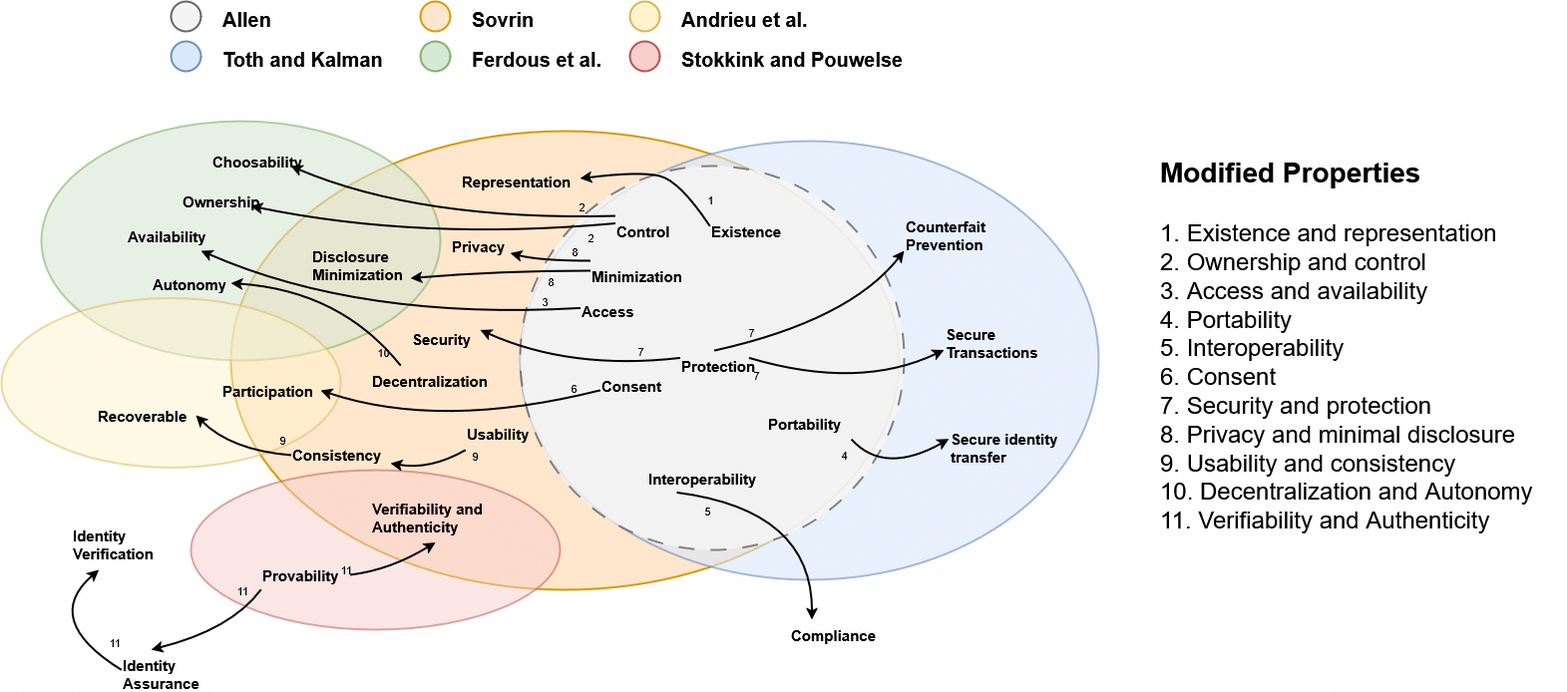
The draw.io diagram definition/images/casual_loop_diagram/Casual_loop_diagram.png in cristianlepore/Self-Sovereign-Identity, before a commit. Source tidied: cells renumbered, new cells last; positions are measured from the earlier drawing's top-left corner, leaving out a move shared by most shapes.
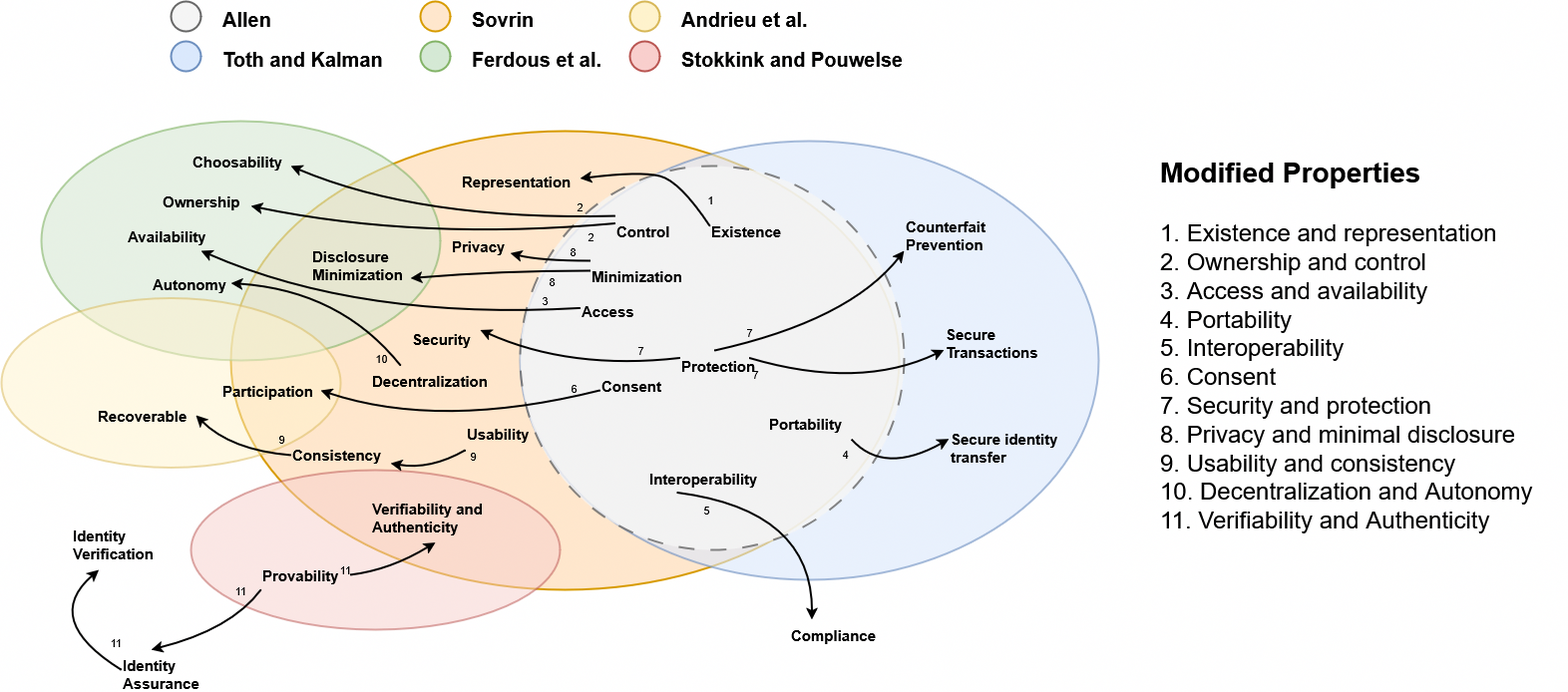
The same file after the commit.

The edit, as a diff of the source:
```diff
@@ -76,10 +76,10 @@
       </mxGeometry>
     </mxCell>
     <mxCell id="22" value="Choosability &amp;nbsp;" style="text;whiteSpace=wrap;html=1;fontStyle=1;fontSize=15;" parent="1" vertex="1">
-      <mxGeometry x="210" y="145" width="80" height="40" as="geometry" />
+      <mxGeometry x="190" y="145" width="100" height="40" as="geometry" />
     </mxCell>
     <mxCell id="23" value="Ownership &amp;nbsp;" style="text;whiteSpace=wrap;html=1;fontStyle=1;fontSize=15;" parent="1" vertex="1">
-      <mxGeometry x="180" y="185" width="70" height="40" as="geometry" />
+      <mxGeometry x="160" y="185" width="90" height="40" as="geometry" />
     </mxCell>
     <mxCell id="24" style="endArrow=classic;html=1;rounded=0;exitX=0;exitY=0;exitDx=0;exitDy=0;entryX=1;entryY=0.5;entryDx=0;entryDy=0;curved=1;strokeWidth=2;" parent="1" edge="1" source="12" target="22">
       <mxGeometry relative="1" as="geometry">
@@ -88,11 +88,11 @@
         </Array>
       </mxGeometry>
     </mxCell>
-    <mxCell id="25" value="2" style="edgeLabel;html=1;align=center;verticalAlign=middle;labelBackgroundColor=none;" parent="24" vertex="1">
-      <mxGeometry x="-0.04" y="-4" relative="1" as="geometry">
-        <mxPoint x="126" y="-10" as="offset" />
-      </mxGeometry>
-    </mxCell>
+    <mxCell id="86" value="2" style="edgeLabel;html=1;align=center;verticalAlign=middle;labelBackgroundColor=none;" parent="24" vertex="1">
+      <mxGeometry x="-0.04" y="-4" relative="1" as="geometry">
+        <mxPoint x="126" y="-10" as="offset" />
+      </mxGeometry>
+    </mxCell>
     <mxCell id="26" style="endArrow=classic;html=1;rounded=0;entryX=1;entryY=0.5;entryDx=0;entryDy=0;exitX=0;exitY=0.25;exitDx=0;exitDy=0;curved=1;strokeWidth=2;" parent="1" edge="1" source="12" target="23">
       <mxGeometry relative="1" as="geometry">
         <Array as="points">
@@ -100,23 +100,23 @@
         </Array>
       </mxGeometry>
     </mxCell>
-    <mxCell id="27" value="2" style="edgeLabel;html=1;align=center;verticalAlign=middle;labelBackgroundColor=none;" parent="26" vertex="1">
-      <mxGeometry x="-0.04" y="-4" relative="1" as="geometry">
-        <mxPoint x="152" y="1" as="offset" />
-      </mxGeometry>
-    </mxCell>
+    <mxCell id="87" value="2" style="edgeLabel;html=1;align=center;verticalAlign=middle;labelBackgroundColor=none;" parent="26" vertex="1">
+      <mxGeometry x="-0.04" y="-4" relative="1" as="geometry">
+        <mxPoint x="152" y="1" as="offset" />
+      </mxGeometry>
+    </mxCell>
     <mxCell id="28" value="Availability &amp;nbsp;" style="text;whiteSpace=wrap;html=1;fontStyle=1;fontSize=15;" parent="1" vertex="1">
       <mxGeometry x="125" y="220" width="70" height="30" as="geometry" />
     </mxCell>
-    <mxCell id="29" style="endArrow=classic;html=1;rounded=0;exitX=0;exitY=0.5;exitDx=0;exitDy=0;curved=1;strokeWidth=2;" parent="1" edge="1" source="13">
-      <mxGeometry relative="1" as="geometry">
-        <mxPoint x="200" y="250" as="targetPoint" />
-        <Array as="points">
-          <mxPoint x="360" y="320" />
-        </Array>
-      </mxGeometry>
-    </mxCell>
+    <mxCell id="88" style="endArrow=classic;html=1;rounded=0;exitX=0;exitY=0.5;exitDx=0;exitDy=0;curved=1;strokeWidth=2;" parent="1" edge="1" source="13">
+      <mxGeometry relative="1" as="geometry">
+        <mxPoint x="200" y="250" as="targetPoint" />
+        <Array as="points">
+          <mxPoint x="360" y="320" />
+        </Array>
+      </mxGeometry>
+    </mxCell>
-    <mxCell id="30" value="3" style="edgeLabel;html=1;align=center;verticalAlign=middle;labelBackgroundColor=none;" parent="29" vertex="1">
+    <mxCell id="30" value="3" style="edgeLabel;html=1;align=center;verticalAlign=middle;labelBackgroundColor=none;" parent="88" vertex="1">
       <mxGeometry x="-0.04" y="-4" relative="1" as="geometry">
         <mxPoint x="154" y="-15" as="offset" />
       </mxGeometry>
@@ -167,11 +167,11 @@
         </Array>
       </mxGeometry>
     </mxCell>
-    <mxCell id="41" value="7" style="edgeLabel;html=1;align=center;verticalAlign=middle;labelBackgroundColor=none;" parent="40" vertex="1">
-      <mxGeometry x="-0.04" y="-4" relative="1" as="geometry">
-        <mxPoint x="60" y="-15" as="offset" />
-      </mxGeometry>
-    </mxCell>
+    <mxCell id="89" value="7" style="edgeLabel;html=1;align=center;verticalAlign=middle;labelBackgroundColor=none;" parent="40" vertex="1">
+      <mxGeometry x="-0.04" y="-4" relative="1" as="geometry">
+        <mxPoint x="60" y="-15" as="offset" />
+      </mxGeometry>
+    </mxCell>
     <mxCell id="42" value="Secure Transactions" style="text;whiteSpace=wrap;html=1;fontStyle=1;fontSize=15;" parent="1" vertex="1">
       <mxGeometry x="945" y="317.5" width="120" height="42.5" as="geometry" />
     </mxCell>
@@ -182,11 +182,11 @@
         </Array>
       </mxGeometry>
     </mxCell>
-    <mxCell id="44" value="7" style="edgeLabel;html=1;align=center;verticalAlign=middle;labelBackgroundColor=none;" parent="43" vertex="1">
-      <mxGeometry x="-0.04" y="-4" relative="1" as="geometry">
-        <mxPoint x="-72" y="1" as="offset" />
-      </mxGeometry>
-    </mxCell>
+    <mxCell id="90" value="7" style="edgeLabel;html=1;align=center;verticalAlign=middle;labelBackgroundColor=none;" parent="43" vertex="1">
+      <mxGeometry x="-0.04" y="-4" relative="1" as="geometry">
+        <mxPoint x="-72" y="1" as="offset" />
+      </mxGeometry>
+    </mxCell>
     <mxCell id="45" style="endArrow=classic;html=1;rounded=0;entryX=0;entryY=0.75;entryDx=0;entryDy=0;exitX=1;exitY=0.25;exitDx=0;exitDy=0;curved=1;strokeWidth=2;" parent="1" edge="1" source="17" target="42">
       <mxGeometry relative="1" as="geometry">
         <Array as="points">
@@ -194,11 +194,11 @@
         </Array>
       </mxGeometry>
     </mxCell>
-    <mxCell id="46" value="7" style="edgeLabel;html=1;align=center;verticalAlign=middle;labelBackgroundColor=none;" parent="45" vertex="1">
-      <mxGeometry x="-0.04" y="-4" relative="1" as="geometry">
-        <mxPoint x="-89" y="-16" as="offset" />
-      </mxGeometry>
-    </mxCell>
+    <mxCell id="91" value="7" style="edgeLabel;html=1;align=center;verticalAlign=middle;labelBackgroundColor=none;" parent="45" vertex="1">
+      <mxGeometry x="-0.04" y="-4" relative="1" as="geometry">
+        <mxPoint x="-89" y="-16" as="offset" />
+      </mxGeometry>
+    </mxCell>
     <mxCell id="47" value="Disclosure Minimization" style="text;whiteSpace=wrap;html=1;fontStyle=1;fontSize=15;" parent="1" vertex="1">
       <mxGeometry x="310" y="240" width="100" height="50" as="geometry" />
     </mxCell>
@@ -209,11 +209,11 @@
         </Array>
       </mxGeometry>
     </mxCell>
-    <mxCell id="49" value="8" style="edgeLabel;html=1;align=center;verticalAlign=middle;labelBackgroundColor=none;" parent="48" vertex="1">
-      <mxGeometry x="-0.04" y="-4" relative="1" as="geometry">
-        <mxPoint x="47" y="14" as="offset" />
-      </mxGeometry>
-    </mxCell>
+    <mxCell id="92" value="8" style="edgeLabel;html=1;align=center;verticalAlign=middle;labelBackgroundColor=none;" parent="48" vertex="1">
+      <mxGeometry x="-0.04" y="-4" relative="1" as="geometry">
+        <mxPoint x="47" y="14" as="offset" />
+      </mxGeometry>
+    </mxCell>
     <mxCell id="50" value="Privacy" style="text;whiteSpace=wrap;html=1;fontStyle=1;fontSize=15;" parent="1" vertex="1">
       <mxGeometry x="450" y="230" width="60" height="30" as="geometry" />
     </mxCell>
@@ -224,11 +224,11 @@
         </Array>
       </mxGeometry>
     </mxCell>
-    <mxCell id="52" value="8" style="edgeLabel;html=1;align=center;verticalAlign=middle;labelBackgroundColor=none;" parent="51" vertex="1">
-      <mxGeometry x="-0.04" y="-4" relative="1" as="geometry">
-        <mxPoint x="21" y="-6" as="offset" />
-      </mxGeometry>
-    </mxCell>
+    <mxCell id="93" value="8" style="edgeLabel;html=1;align=center;verticalAlign=middle;labelBackgroundColor=none;" parent="51" vertex="1">
+      <mxGeometry x="-0.04" y="-4" relative="1" as="geometry">
+        <mxPoint x="21" y="-6" as="offset" />
+      </mxGeometry>
+    </mxCell>
     <mxCell id="53" value="Usability" style="text;whiteSpace=wrap;html=1;fontStyle=1;fontSize=15;" parent="1" vertex="1">
       <mxGeometry x="465" y="417.5" width="60" height="32.5" as="geometry" />
     </mxCell>
@@ -245,11 +245,11 @@
         </Array>
       </mxGeometry>
     </mxCell>
-    <mxCell id="57" value="9" style="edgeLabel;html=1;align=center;verticalAlign=middle;labelBackgroundColor=none;" parent="56" vertex="1">
-      <mxGeometry x="-0.04" y="-4" relative="1" as="geometry">
-        <mxPoint x="43" y="-10" as="offset" />
-      </mxGeometry>
-    </mxCell>
+    <mxCell id="94" value="9" style="edgeLabel;html=1;align=center;verticalAlign=middle;labelBackgroundColor=none;" parent="56" vertex="1">
+      <mxGeometry x="-0.04" y="-4" relative="1" as="geometry">
+        <mxPoint x="43" y="-10" as="offset" />
+      </mxGeometry>
+    </mxCell>
     <mxCell id="58" style="endArrow=classic;html=1;rounded=0;entryX=1;entryY=0.5;entryDx=0;entryDy=0;exitX=0;exitY=0.5;exitDx=0;exitDy=0;curved=1;strokeWidth=2;" parent="1" edge="1" source="54" target="55">
       <mxGeometry relative="1" as="geometry">
         <Array as="points">
@@ -257,11 +257,11 @@
         </Array>
       </mxGeometry>
     </mxCell>
-    <mxCell id="59" value="9" style="edgeLabel;html=1;align=center;verticalAlign=middle;labelBackgroundColor=none;" parent="58" vertex="1">
-      <mxGeometry x="-0.04" y="-4" relative="1" as="geometry">
-        <mxPoint x="43" y="-8" as="offset" />
-      </mxGeometry>
-    </mxCell>
+    <mxCell id="95" value="9" style="edgeLabel;html=1;align=center;verticalAlign=middle;labelBackgroundColor=none;" parent="58" vertex="1">
+      <mxGeometry x="-0.04" y="-4" relative="1" as="geometry">
+        <mxPoint x="43" y="-8" as="offset" />
+      </mxGeometry>
+    </mxCell>
     <mxCell id="60" value="Decentralization" style="text;whiteSpace=wrap;html=1;fontStyle=1;fontSize=15;" parent="1" vertex="1">
       <mxGeometry x="370" y="365" width="120" height="30" as="geometry" />
     </mxCell>
@@ -277,7 +277,7 @@
     </mxCell>
     <mxCell id="63" value="10" style="edgeLabel;html=1;align=center;verticalAlign=middle;labelBackgroundColor=none;" parent="62" vertex="1">
       <mxGeometry x="-0.04" y="-4" relative="1" as="geometry">
-        <mxPoint x="43" y="65" as="offset" />
+        <mxPoint x="43" y="72" as="offset" />
       </mxGeometry>
     </mxCell>
     <mxCell id="64" value="Identity Verification" style="text;whiteSpace=wrap;html=1;fontStyle=1;fontSize=15;" parent="1" vertex="1">
@@ -299,11 +299,11 @@
         </Array>
       </mxGeometry>
     </mxCell>
-    <mxCell id="69" value="11" style="edgeLabel;html=1;align=center;verticalAlign=middle;labelBackgroundColor=none;" parent="68" vertex="1">
-      <mxGeometry x="-0.04" y="-4" relative="1" as="geometry">
-        <mxPoint x="24" y="-39" as="offset" />
-      </mxGeometry>
-    </mxCell>
+    <mxCell id="96" value="11" style="edgeLabel;html=1;align=center;verticalAlign=middle;labelBackgroundColor=none;" parent="68" vertex="1">
+      <mxGeometry x="-0.04" y="-4" relative="1" as="geometry">
+        <mxPoint x="24" y="-39" as="offset" />
+      </mxGeometry>
+    </mxCell>
     <mxCell id="70" style="endArrow=classic;html=1;rounded=0;entryX=0.25;entryY=1;entryDx=0;entryDy=0;exitX=0;exitY=0.5;exitDx=0;exitDy=0;curved=1;strokeWidth=2;" parent="1" edge="1" source="67" target="64">
       <mxGeometry relative="1" as="geometry">
         <Array as="points">
@@ -311,11 +311,11 @@
         </Array>
       </mxGeometry>
     </mxCell>
-    <mxCell id="71" value="11" style="edgeLabel;html=1;align=center;verticalAlign=middle;labelBackgroundColor=none;" parent="70" vertex="1">
-      <mxGeometry x="-0.04" y="-4" relative="1" as="geometry">
-        <mxPoint x="61" y="19" as="offset" />
-      </mxGeometry>
-    </mxCell>
+    <mxCell id="97" value="11" style="edgeLabel;html=1;align=center;verticalAlign=middle;labelBackgroundColor=none;" parent="70" vertex="1">
+      <mxGeometry x="-0.04" y="-4" relative="1" as="geometry">
+        <mxPoint x="61" y="19" as="offset" />
+      </mxGeometry>
+    </mxCell>
     <mxCell id="72" style="endArrow=classic;html=1;rounded=0;exitX=1;exitY=0.5;exitDx=0;exitDy=0;entryX=0.5;entryY=1;entryDx=0;entryDy=0;curved=1;strokeWidth=2;" parent="1" edge="1" source="66" target="65">
       <mxGeometry relative="1" as="geometry">
         <Array as="points">
@@ -323,11 +323,11 @@
         </Array>
       </mxGeometry>
     </mxCell>
-    <mxCell id="73" value="11" style="edgeLabel;html=1;align=center;verticalAlign=middle;labelBackgroundColor=none;" parent="72" vertex="1">
-      <mxGeometry x="-0.04" y="-4" relative="1" as="geometry">
-        <mxPoint x="-51" y="-2" as="offset" />
-      </mxGeometry>
-    </mxCell>
+    <mxCell id="98" value="11" style="edgeLabel;html=1;align=center;verticalAlign=middle;labelBackgroundColor=none;" parent="72" vertex="1">
+      <mxGeometry x="-0.04" y="-4" relative="1" as="geometry">
+        <mxPoint x="-51" y="-2" as="offset" />
+      </mxGeometry>
+    </mxCell>
     <mxCell id="74" style="ellipse;whiteSpace=wrap;html=1;fillColor=#ffe6cc;strokeColor=#d79b00;strokeWidth=2;" parent="1" vertex="1">
       <mxGeometry x="420" width="30" height="30" as="geometry" />
     </mxCell>
```
